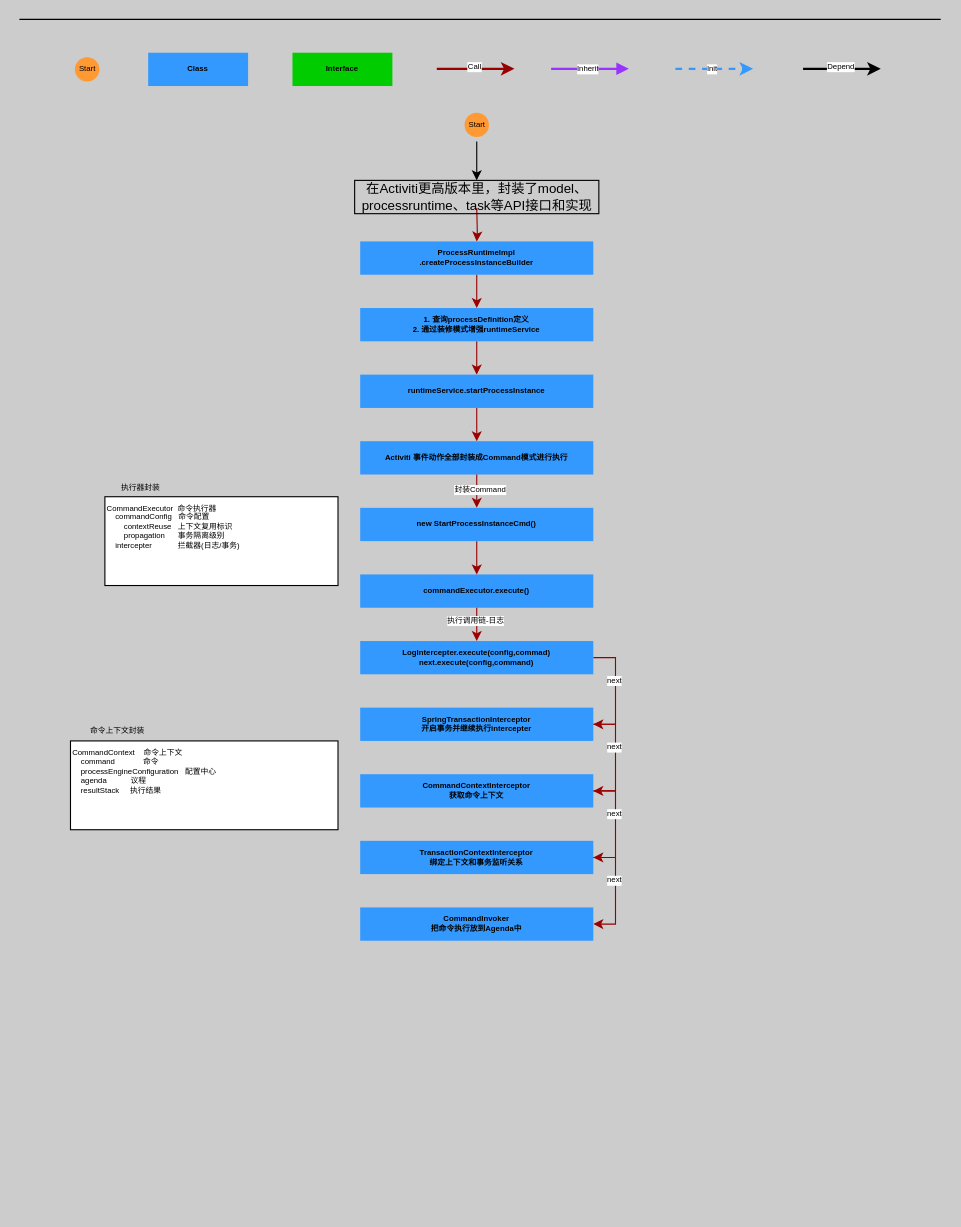
Above: page "流程启动" (2 of 2) of reader/Untitled Diagram.drawio in Y-lenny/Activiti (draw.io), before the change. Source tidied: cells renumbered, new cells numbered last; positions are measured from the earlier drawing's top-left corner, leaving out a move shared by most shapes. Both pictures are drawn from the tidied source at 111%, with x=0, y=0 at pixel (19, 19).
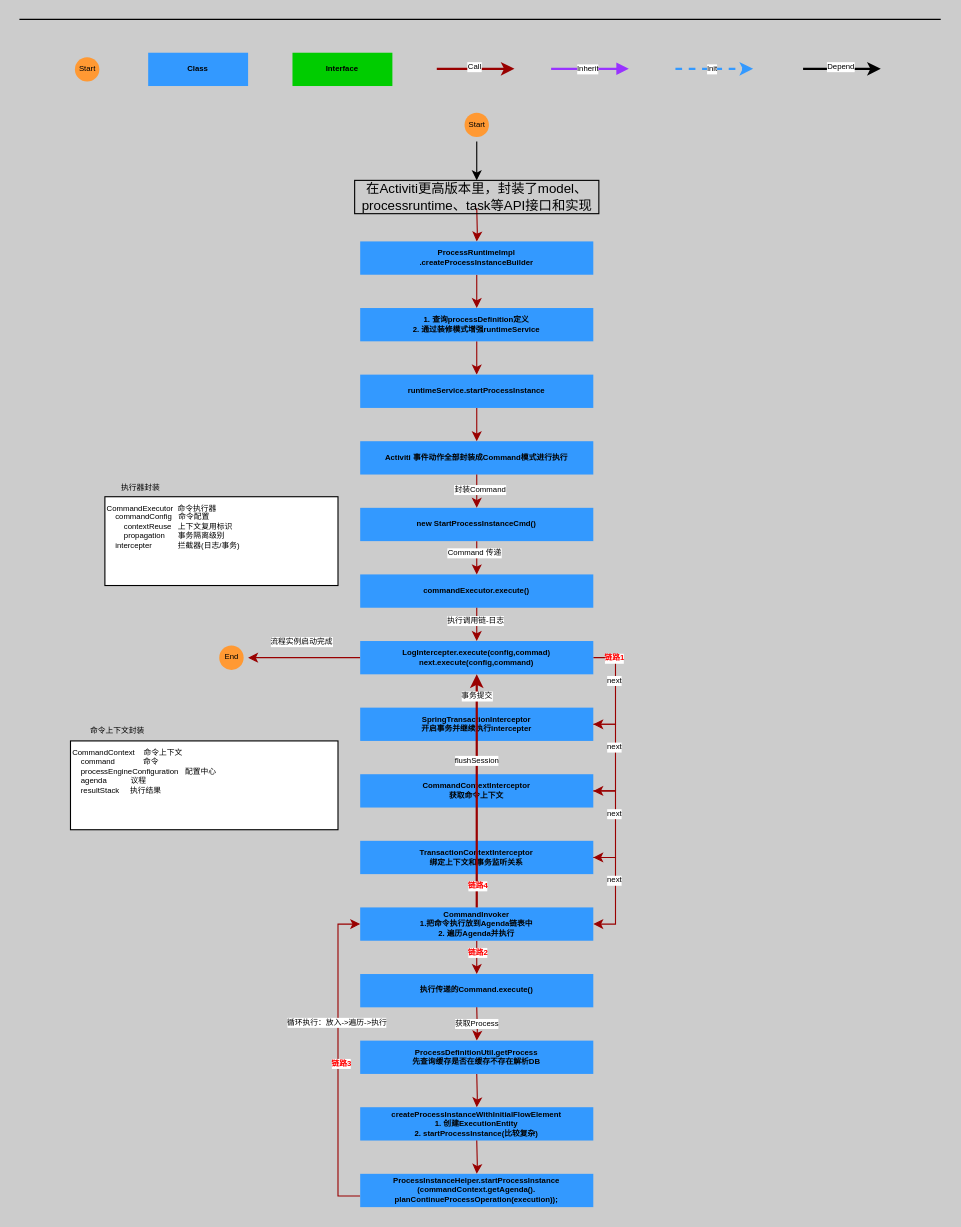
The same diagram, later.

The change refers to these unchanged cells:
```xml
<mxCell id="29" style="edgeStyle=orthogonalEdgeStyle;rounded=0;orthogonalLoop=1;jettySize=auto;html=1;fontSize=7;fontColor=#000000;strokeColor=#990000;" parent="1" edge="1">
  <mxGeometry relative="1" as="geometry">
    <mxPoint x="412" y="470" as="sourcePoint" />
    <mxPoint x="412" y="500" as="targetPoint" />
  </mxGeometry>
</mxCell>
<mxCell id="32" style="edgeStyle=orthogonalEdgeStyle;rounded=0;jettySize=auto;html=1;entryX=1;entryY=0.5;entryDx=0;entryDy=0;fontSize=7;exitX=1;exitY=0.5;exitDx=0;exitDy=0;strokeColor=#990000;" parent="1" edge="1" source="34" target="37">
  <mxGeometry relative="1" as="geometry">
    <Array as="points">
      <mxPoint x="537" y="575" />
      <mxPoint x="537" y="635" />
    </Array>
  </mxGeometry>
</mxCell>
<mxCell id="34" value="LogIntercepter.execute(config,commad)&#10;next.execute(config,command)" style="whiteSpace=wrap;align=center;verticalAlign=middle;fontStyle=1;strokeWidth=3;fillColor=#3399FF;strokeColor=none;fontSize=7;" parent="1" vertex="1">
  <mxGeometry x="307" y="560" width="210" height="30" as="geometry" />
</mxCell>
```

What changed in the source:
```diff
@@
+    <mxCell id="49" value="&lt;font color=&quot;#000000&quot;&gt;Command 传递&lt;/font&gt;" style="edgeLabel;html=1;align=center;verticalAlign=middle;fontSize=7;fontColor=#FFFFFF;" parent="29" vertex="1">
+      <mxGeometry x="-0.33" y="-3" relative="1" as="geometry" />
+    </mxCell>
@@
+    <mxCell id="50" value="&lt;b&gt;&lt;font color=&quot;#ff0000&quot;&gt;链路1&lt;/font&gt;&lt;/b&gt;" style="edgeLabel;html=1;align=center;verticalAlign=middle;fontSize=7;fontColor=#FFFFFF;" parent="32" vertex="1">
+      <mxGeometry x="-0.64" relative="1" as="geometry" />
+    </mxCell>
+    <mxCell id="51" style="edgeStyle=orthogonalEdgeStyle;rounded=0;jettySize=auto;html=1;strokeColor=#990000;fontSize=7;fontColor=#FFFFFF;" parent="1" edge="1" source="34" target="69">
+      <mxGeometry relative="1" as="geometry" />
+    </mxCell>
+    <mxCell id="52" value="&lt;font color=&quot;#000000&quot;&gt;流程实例启动完成&lt;/font&gt;" style="edgeLabel;html=1;align=center;verticalAlign=middle;fontSize=7;fontColor=#FFFFFF;" parent="51" vertex="1">
+      <mxGeometry x="0.07" y="-3" relative="1" as="geometry">
+        <mxPoint y="-12" as="offset" />
+      </mxGeometry>
+    </mxCell>
@@
+    <mxCell id="53" style="edgeStyle=orthogonalEdgeStyle;rounded=0;jettySize=auto;html=1;strokeColor=#990000;fontSize=7;fontColor=#FFFFFF;" parent="1" edge="1" source="48" target="55">
+      <mxGeometry relative="1" as="geometry" />
+    </mxCell>
+    <mxCell id="54" value="&lt;font color=&quot;#ff0000&quot;&gt;&lt;b&gt;链路2&lt;/b&gt;&lt;/font&gt;" style="edgeLabel;html=1;align=center;verticalAlign=middle;fontSize=7;fontColor=#FFFFFF;" parent="53" vertex="1">
+      <mxGeometry x="0.2" relative="1" as="geometry" />
+    </mxCell>
-    <mxCell id="48" value="CommandInvoker&#10;把命令执行放到Agenda中" style="whiteSpace=wrap;align=center;verticalAlign=middle;fontStyle=1;strokeWidth=3;fillColor=#3399FF;strokeColor=none;fontSize=7;" parent="1" vertex="1">
+    <mxCell id="48" value="CommandInvoker&#10;1.把命令执行放到Agenda链表中&#10;2. 遍历Agenda并执行" style="whiteSpace=wrap;align=center;verticalAlign=middle;fontStyle=1;strokeWidth=3;fillColor=#3399FF;strokeColor=none;fontSize=7;" parent="1" vertex="1">
       <mxGeometry x="307" y="800" width="210" height="30" as="geometry" />
     </mxCell>
+    <mxCell id="55" value="执行传递的Command.execute()" style="whiteSpace=wrap;align=center;verticalAlign=middle;fontStyle=1;strokeWidth=3;fillColor=#3399FF;strokeColor=none;fontSize=7;" parent="1" vertex="1">
+      <mxGeometry x="307" y="860" width="210" height="30" as="geometry" />
+    </mxCell>
+    <mxCell id="56" value="&lt;font color=&quot;#000000&quot;&gt;获取Process&lt;/font&gt;" style="edgeStyle=orthogonalEdgeStyle;rounded=0;jettySize=auto;html=1;strokeColor=#990000;fontSize=7;fontColor=#FFFFFF;" parent="1" edge="1" target="57">
+      <mxGeometry relative="1" as="geometry">
+        <mxPoint x="412" y="890" as="sourcePoint" />
+      </mxGeometry>
+    </mxCell>
+    <mxCell id="57" value="ProcessDefinitionUtil.getProcess&#10;先查询缓存是否在缓存不存在解析DB" style="whiteSpace=wrap;align=center;verticalAlign=middle;fontStyle=1;strokeWidth=3;fillColor=#3399FF;strokeColor=none;fontSize=7;" parent="1" vertex="1">
+      <mxGeometry x="307" y="920" width="210" height="30" as="geometry" />
+    </mxCell>
+    <mxCell id="58" style="edgeStyle=orthogonalEdgeStyle;rounded=0;jettySize=auto;html=1;strokeColor=#990000;fontSize=7;fontColor=#FFFFFF;" parent="1" edge="1" target="59">
+      <mxGeometry relative="1" as="geometry">
+        <mxPoint x="412" y="950" as="sourcePoint" />
+      </mxGeometry>
+    </mxCell>
+    <mxCell id="59" value="createProcessInstanceWithInitialFlowElement&#10;1. 创建ExecutionEntity&#10;2. startProcessInstance(比较复杂)" style="whiteSpace=wrap;align=center;verticalAlign=middle;fontStyle=1;strokeWidth=3;fillColor=#3399FF;strokeColor=none;fontSize=7;" parent="1" vertex="1">
+      <mxGeometry x="307" y="980" width="210" height="30" as="geometry" />
+    </mxCell>
+    <mxCell id="60" style="edgeStyle=orthogonalEdgeStyle;rounded=0;jettySize=auto;html=1;strokeColor=#990000;fontSize=7;fontColor=#FFFFFF;" parent="1" edge="1" target="64">
+      <mxGeometry relative="1" as="geometry">
+        <mxPoint x="412" y="1010" as="sourcePoint" />
+      </mxGeometry>
+    </mxCell>
+    <mxCell id="61" style="edgeStyle=orthogonalEdgeStyle;rounded=0;jettySize=auto;html=1;entryX=0;entryY=0.5;entryDx=0;entryDy=0;strokeColor=#990000;fontSize=7;fontColor=#FFFFFF;" parent="1" edge="1" source="64" target="48">
+      <mxGeometry relative="1" as="geometry">
+        <Array as="points">
+          <mxPoint x="287" y="1060" />
+          <mxPoint x="287" y="815" />
+        </Array>
+      </mxGeometry>
+    </mxCell>
+    <mxCell id="62" value="&lt;font color=&quot;#000000&quot;&gt;循环执行：放入-&amp;gt;遍历-&amp;gt;执行&lt;/font&gt;" style="edgeLabel;html=1;align=center;verticalAlign=middle;fontSize=7;fontColor=#FFFFFF;" parent="61" vertex="1">
+      <mxGeometry x="0.24" y="2" relative="1" as="geometry" />
+    </mxCell>
+    <mxCell id="63" value="&lt;b&gt;&lt;font color=&quot;#ff0000&quot;&gt;链路3&lt;/font&gt;&lt;/b&gt;" style="edgeLabel;html=1;align=center;verticalAlign=middle;fontSize=7;fontColor=#FFFFFF;" parent="61" vertex="1">
+      <mxGeometry x="-0.02" y="-2" relative="1" as="geometry" />
+    </mxCell>
+    <mxCell id="64" value="ProcessInstanceHelper.startProcessInstance&#10;(commandContext.getAgenda().&#10;planContinueProcessOperation(execution));" style="whiteSpace=wrap;align=center;verticalAlign=middle;fontStyle=1;strokeWidth=3;fillColor=#3399FF;strokeColor=none;fontSize=7;" parent="1" vertex="1">
+      <mxGeometry x="307" y="1040" width="210" height="30" as="geometry" />
+    </mxCell>
+    <mxCell id="65" style="edgeStyle=elbowEdgeStyle;elbow=vertical;strokeColor=#990000;strokeWidth=2;fontSize=7;exitX=0.5;exitY=0;exitDx=0;exitDy=0;entryX=0.5;entryY=1;entryDx=0;entryDy=0;" parent="1" edge="1" source="48" target="34">
+      <mxGeometry relative="1" as="geometry" />
+    </mxCell>
+    <mxCell id="66" value="&lt;font color=&quot;#ff0000&quot;&gt;链路4&lt;/font&gt;" style="edgeLabel;html=1;align=center;verticalAlign=middle;fontSize=7;fontStyle=1;" parent="65" vertex="1">
+      <mxGeometry x="-0.06" y="3" relative="1" as="geometry">
+        <mxPoint x="3" y="79" as="offset" />
+      </mxGeometry>
+    </mxCell>
+    <mxCell id="67" value="&lt;font color=&quot;#000000&quot;&gt;flushSession&lt;/font&gt;" style="edgeLabel;html=1;align=center;verticalAlign=middle;fontSize=7;fontColor=#FFFFFF;" parent="65" vertex="1">
+      <mxGeometry x="0.27" y="1" relative="1" as="geometry" />
+    </mxCell>
+    <mxCell id="68" value="&lt;span style=&quot;color: rgb(0 , 0 , 0)&quot;&gt;事务提交&lt;/span&gt;" style="edgeLabel;html=1;align=center;verticalAlign=middle;fontSize=7;fontColor=#FFFFFF;" parent="65" vertex="1">
+      <mxGeometry x="0.82" y="1" relative="1" as="geometry" />
+    </mxCell>
+    <mxCell id="69" value="End" style="ellipse;html=1;shape=startState;strokeColor=none;fillColor=#FF9933;fontSize=7;" parent="1" vertex="1">
+      <mxGeometry x="176" y="560" width="30" height="30" as="geometry" />
+    </mxCell>
```
